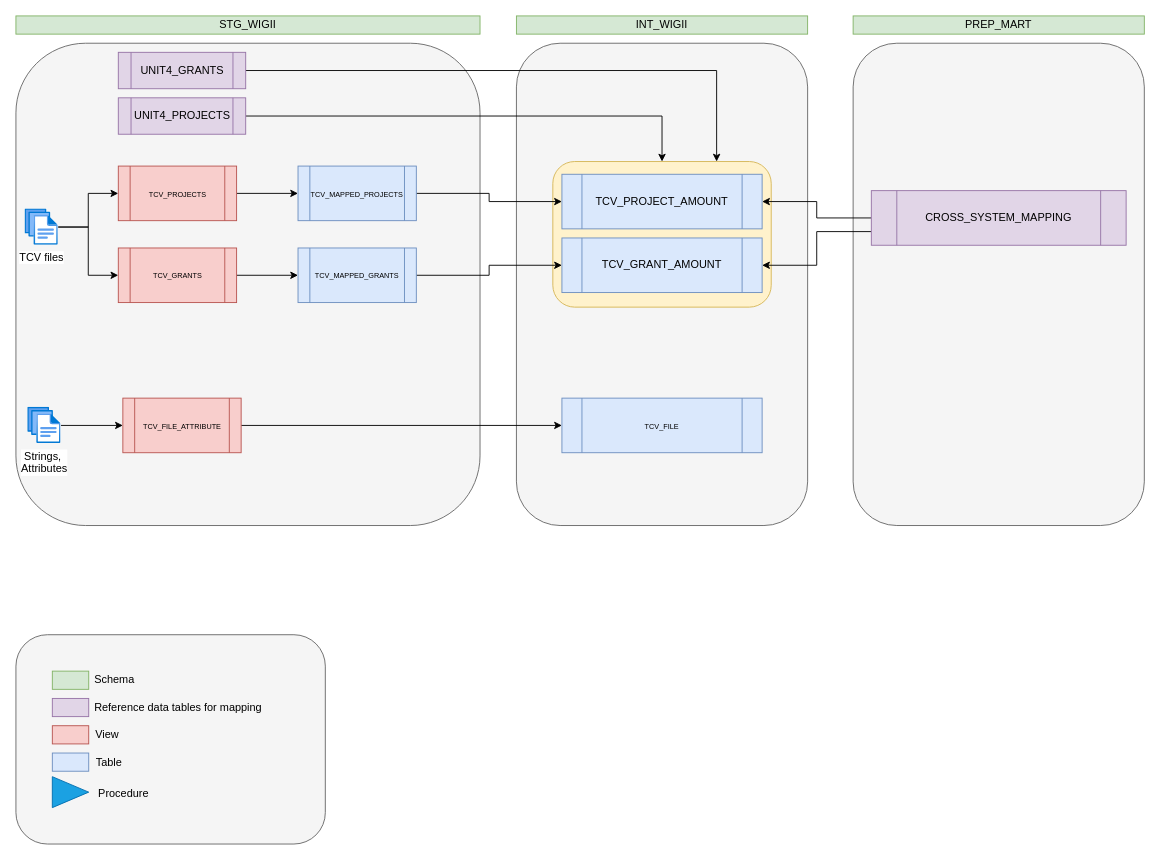
Before: Wigii TCVs data flow.drawio in Medair/drawio, a draw.io diagram. Source tidied: cells renumbered, new cells numbered last; positions are measured from the earlier drawing's top-left corner, leaving out a move shared by most shapes. Both pictures are drawn from the tidied source at 91%, with x=0, y=0 at pixel (15, 15).
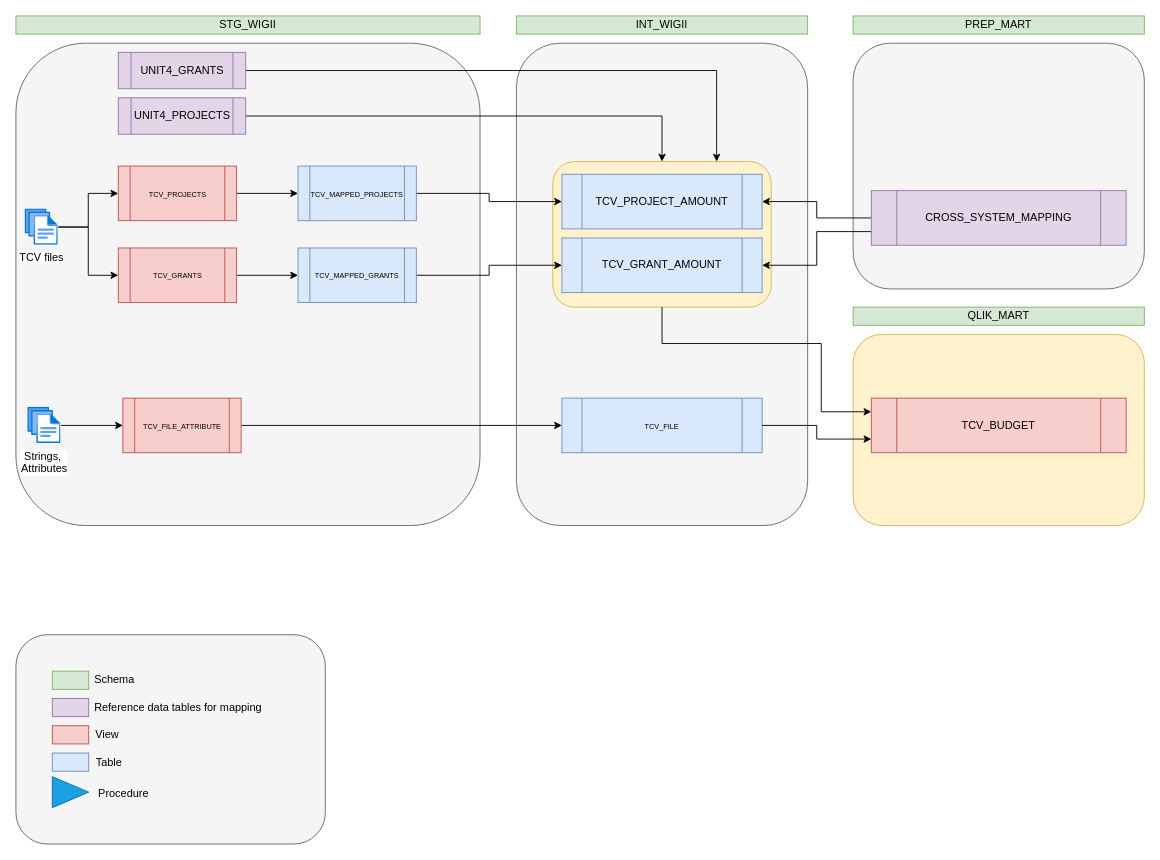
The same page after the edit.

Unchanged cells that the change refers to:
```xml
<mxCell id="5" style="rounded=1;whiteSpace=wrap;html=1;fontSize=12;fillColor=#fff2cc;strokeColor=#d6b656;" parent="1" vertex="1">
  <mxGeometry x="590" y="160" width="240" height="160" as="geometry" />
</mxCell>
<mxCell id="45" value="&lt;font style=&quot;font-size: 8px;&quot;&gt;TCV_FILE&lt;/font&gt;" style="shape=process;whiteSpace=wrap;html=1;backgroundOutline=1;fillColor=#dae8fc;strokeColor=#6c8ebf;" parent="1" vertex="1">
  <mxGeometry x="600" y="420" width="220" height="60" as="geometry" />
</mxCell>
```

The edit, as a diff of the source:
```diff
@@
     <mxCell id="2" style="rounded=1;whiteSpace=wrap;html=1;fillColor=#f5f5f5;fontColor=#333333;strokeColor=#666666;fontSize=11;" parent="1" vertex="1">
-      <mxGeometry x="920" y="30" width="320" height="530" as="geometry" />
+      <mxGeometry x="920" y="30" width="320" height="270" as="geometry" />
     </mxCell>
@@
+    <mxCell id="46" style="rounded=1;whiteSpace=wrap;html=1;fillColor=#fff2cc;strokeColor=#d6b656;fontSize=11;" parent="1" vertex="1">
+      <mxGeometry x="920" y="350" width="320" height="210" as="geometry" />
+    </mxCell>
+    <mxCell id="47" value="QLIK_MART" style="rounded=0;whiteSpace=wrap;html=1;fillColor=#d5e8d4;strokeColor=#82b366;" parent="1" vertex="1">
+      <mxGeometry x="920" y="320" width="320" height="20" as="geometry" />
+    </mxCell>
+    <mxCell id="48" value="TCV_BUDGET" style="shape=process;whiteSpace=wrap;html=1;backgroundOutline=1;fillColor=#f8cecc;strokeColor=#b85450;" parent="1" vertex="1">
+      <mxGeometry x="940" y="420" width="280" height="60" as="geometry" />
+    </mxCell>
+    <mxCell id="49" style="edgeStyle=orthogonalEdgeStyle;rounded=0;jettySize=auto;html=1;entryX=0;entryY=0.75;entryDx=0;entryDy=0;" parent="1" edge="1" source="45" target="48">
+      <mxGeometry relative="1" as="geometry" />
+    </mxCell>
+    <mxCell id="50" style="edgeStyle=orthogonalEdgeStyle;rounded=0;jettySize=auto;html=1;entryX=0;entryY=0.25;entryDx=0;entryDy=0;" parent="1" edge="1" source="5" target="48">
+      <mxGeometry relative="1" as="geometry">
+        <Array as="points">
+          <mxPoint x="710" y="360" />
+          <mxPoint x="885" y="360" />
+          <mxPoint x="885" y="435" />
+        </Array>
+      </mxGeometry>
+    </mxCell>
```
